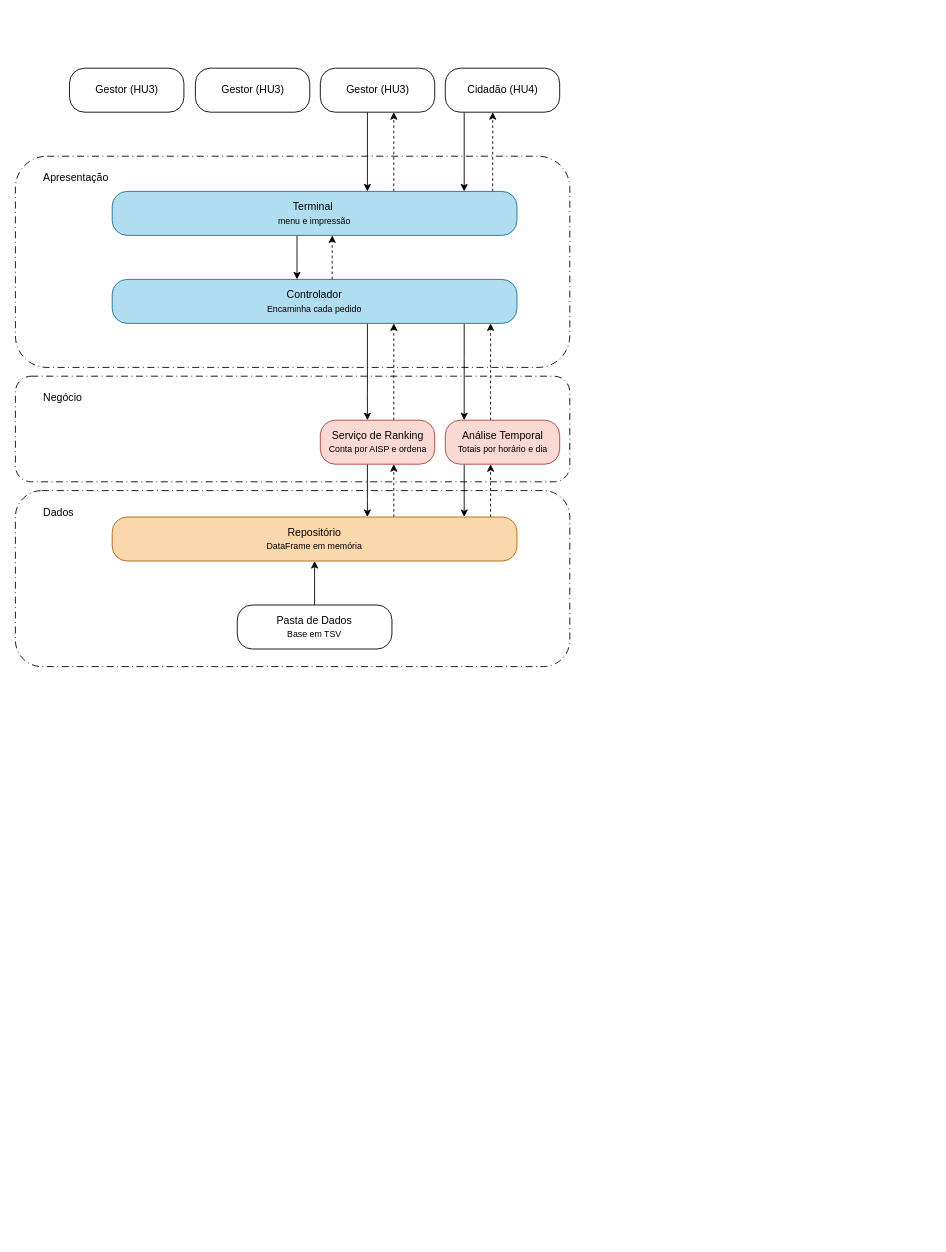
The draw.io diagram SPRINT 3/Diagrama do Sistema.drawio in Thiago-Malaga/Trabalho-Final-Eng.-Software, before the edit. Source tidied: cells renumbered, new cells numbered last; positions are measured from the earlier drawing's top-left corner, leaving out a move shared by most shapes. Both pictures are drawn from the tidied source at 88%, with x=0, y=0 at pixel (15, 68).
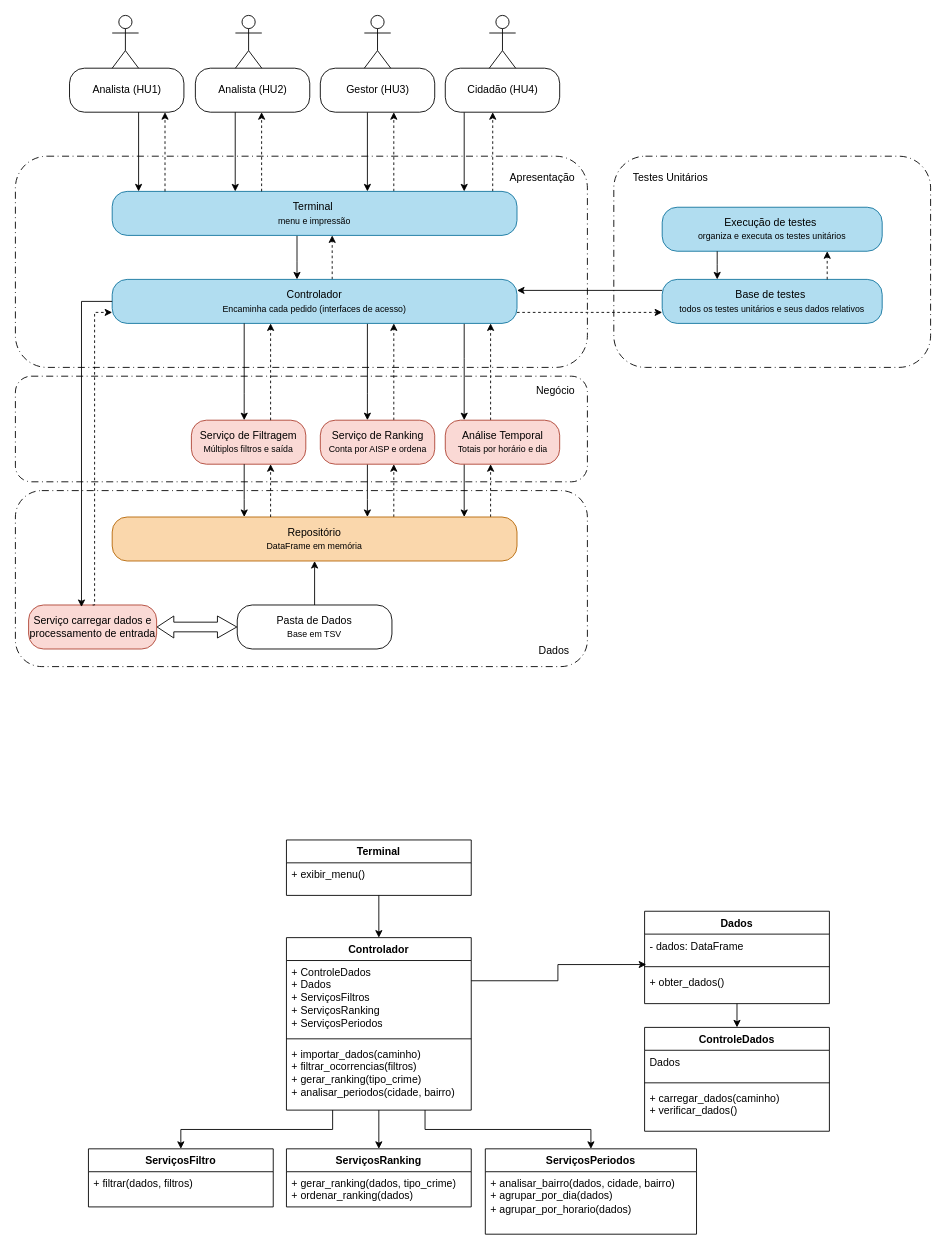
Above is the later version.

Unchanged cells that the change refers to:
```xml
<mxCell id="30" value="Pasta de Dados&lt;div&gt;&lt;font size=&quot;1&quot;&gt;Base em TSV&lt;/font&gt;&lt;/div&gt;" style="rounded=1;whiteSpace=wrap;html=1;roundedPerimeter=1;arcSize=34;" parent="1" vertex="1">
  <mxGeometry x="252.1" y="610" width="175.8" height="50" as="geometry" />
</mxCell>
```

What changed in the source:
```diff
@@
     <mxCell id="2" style="rounded=1;whiteSpace=wrap;html=1;roundedPerimeter=1;dashed=1;dashPattern=8 4 1 4;gradientColor=default;fillColor=none;strokeColor=light-dark(#000000,#555555);" parent="1" vertex="1">
-      <mxGeometry y="480" width="630" height="200" as="geometry" />
+      <mxGeometry y="480" width="650" height="200" as="geometry" />
     </mxCell>
     <mxCell id="3" style="rounded=1;whiteSpace=wrap;html=1;roundedPerimeter=1;dashed=1;dashPattern=8 4 1 4;gradientColor=default;fillColor=none;strokeColor=light-dark(#000000,#555555);" parent="1" vertex="1">
-      <mxGeometry y="350" width="630" height="120" as="geometry" />
+      <mxGeometry y="350" width="650" height="120" as="geometry" />
     </mxCell>
     <mxCell id="4" style="rounded=1;whiteSpace=wrap;html=1;roundedPerimeter=1;dashed=1;dashPattern=8 4 1 4;gradientColor=default;fillColor=none;strokeColor=light-dark(#000000,#555555);" parent="1" vertex="1">
-      <mxGeometry y="100" width="630" height="240" as="geometry" />
+      <mxGeometry y="100" width="650" height="240" as="geometry" />
     </mxCell>
@@
-    <mxCell id="16" value="Controlador&lt;div&gt;&lt;font size=&quot;1&quot;&gt;Encaminha cada pedido&lt;/font&gt;&lt;/div&gt;" style="rounded=1;whiteSpace=wrap;html=1;roundedPerimeter=1;arcSize=34;fillColor=#b1ddf0;strokeColor=#10739e;" parent="1" vertex="1">
+    <mxCell id="16" value="Controlador&lt;div&gt;&lt;font size=&quot;1&quot;&gt;Encaminha cada pedido (interfaces de acesso)&lt;/font&gt;&lt;/div&gt;" style="rounded=1;whiteSpace=wrap;html=1;roundedPerimeter=1;arcSize=34;fillColor=#b1ddf0;strokeColor=#10739e;" parent="1" vertex="1">
       <mxGeometry x="110" y="240" width="460" height="50" as="geometry" />
     </mxCell>
-    <mxCell id="17" value="Gestor (HU3)" style="rounded=1;whiteSpace=wrap;html=1;roundedPerimeter=1;arcSize=34;" parent="1" vertex="1">
+    <mxCell id="17" value="Analista (HU2)" style="rounded=1;whiteSpace=wrap;html=1;roundedPerimeter=1;arcSize=34;" parent="1" vertex="1">
       <mxGeometry x="204.5" width="130" height="50" as="geometry" />
     </mxCell>
-    <mxCell id="18" value="Gestor (HU3)" style="rounded=1;whiteSpace=wrap;html=1;roundedPerimeter=1;arcSize=34;" parent="1" vertex="1">
+    <mxCell id="18" value="Analista (HU1)" style="rounded=1;whiteSpace=wrap;html=1;roundedPerimeter=1;arcSize=34;" parent="1" vertex="1">
       <mxGeometry x="61.5" width="130" height="50" as="geometry" />
     </mxCell>
     <mxCell id="19" value="Apresentação" style="text;html=1;whiteSpace=wrap;strokeColor=none;fillColor=none;align=left;verticalAlign=middle;rounded=0;" parent="1" vertex="1">
-      <mxGeometry x="30" y="110" width="100" height="30" as="geometry" />
+      <mxGeometry x="560" y="110" width="100" height="30" as="geometry" />
     </mxCell>
@@
     <mxCell id="31" value="Dados" style="text;html=1;whiteSpace=wrap;strokeColor=none;fillColor=none;align=left;verticalAlign=middle;rounded=0;" parent="1" vertex="1">
-      <mxGeometry x="30" y="490" width="60" height="30" as="geometry" />
+      <mxGeometry x="593" y="647" width="60" height="30" as="geometry" />
     </mxCell>
     <mxCell id="32" value="Negócio" style="text;html=1;whiteSpace=wrap;strokeColor=none;fillColor=none;align=left;verticalAlign=middle;rounded=0;" parent="1" vertex="1">
-      <mxGeometry x="30" y="360" width="70" height="30" as="geometry" />
+      <mxGeometry x="590" y="352" width="70" height="30" as="geometry" />
     </mxCell>
+    <mxCell id="33" value="Serviço carregar dados e processamento de entrada" style="rounded=1;whiteSpace=wrap;html=1;roundedPerimeter=1;arcSize=34;fillColor=light-dark(#FAD9D5,#006633);strokeColor=#ae4132;" parent="1" vertex="1">
+      <mxGeometry x="15" y="610" width="145.5" height="50" as="geometry" />
+    </mxCell>
+    <mxCell id="34" style="edgeStyle=orthogonalEdgeStyle;rounded=0;orthogonalLoop=1;jettySize=auto;html=1;defaultLabelBackgroundColor=page;" parent="1" edge="1">
+      <mxGeometry relative="1" as="geometry">
+        <mxPoint x="140" y="50" as="sourcePoint" />
+        <mxPoint x="140" y="140" as="targetPoint" />
+        <Array as="points">
+          <mxPoint x="140" y="100" />
+          <mxPoint x="140" y="100" />
+        </Array>
+      </mxGeometry>
+    </mxCell>
+    <mxCell id="35" style="edgeStyle=orthogonalEdgeStyle;rounded=0;orthogonalLoop=1;jettySize=auto;html=1;defaultLabelBackgroundColor=page;dashed=1;" parent="1" edge="1">
+      <mxGeometry x="-0.14" relative="1" as="geometry">
+        <mxPoint x="170" y="140" as="sourcePoint" />
+        <mxPoint x="170" y="50" as="targetPoint" />
+        <Array as="points">
+          <mxPoint x="170" y="100" />
+          <mxPoint x="170" y="100" />
+        </Array>
+      </mxGeometry>
+    </mxCell>
+    <mxCell id="36" style="edgeStyle=orthogonalEdgeStyle;rounded=0;jettySize=auto;html=1;defaultLabelBackgroundColor=page;exitX=0;exitY=0.5;exitDx=0;exitDy=0;entryX=0.413;entryY=0.037;entryDx=0;entryDy=0;entryPerimeter=0;" parent="1" edge="1" source="16">
+      <mxGeometry relative="1" as="geometry">
+        <mxPoint x="75.1" y="612.3" as="targetPoint" />
+        <Array as="points">
+          <mxPoint x="75.1" y="265" />
+        </Array>
+      </mxGeometry>
+    </mxCell>
+    <mxCell id="37" style="edgeStyle=orthogonalEdgeStyle;rounded=0;jettySize=auto;html=1;defaultLabelBackgroundColor=page;dashed=1;exitX=0.5;exitY=0;exitDx=0;exitDy=0;entryX=0;entryY=0.75;entryDx=0;entryDy=0;" parent="1" edge="1" source="33" target="16">
+      <mxGeometry x="-0.14" relative="1" as="geometry">
+        <Array as="points">
+          <mxPoint x="90" y="610" />
+          <mxPoint x="90" y="277.5" />
+        </Array>
+      </mxGeometry>
+    </mxCell>
+    <mxCell id="38" style="shape=flexArrow;endArrow=classic;startArrow=classic;html=1;rounded=0;exitX=1;exitY=0.5;exitDx=0;exitDy=0;entryX=0;entryY=0.5;entryDx=0;entryDy=0;endSize=7;strokeWidth=1;startWidth=13;startSize=6;endWidth=13;width=11;" parent="1" edge="1" source="33" target="30">
+      <mxGeometry relative="1" as="geometry" />
+    </mxCell>
+    <mxCell id="39" value="Serviço de &lt;font&gt;Filtragem&lt;/font&gt;&lt;div&gt;&lt;font style=&quot;font-size: 10px;&quot;&gt;Múltiplos filtros e saída&lt;/font&gt;&lt;/div&gt;" style="rounded=1;whiteSpace=wrap;html=1;roundedPerimeter=1;arcSize=34;fillColor=#fad9d5;strokeColor=#ae4132;" parent="1" vertex="1">
+      <mxGeometry x="200" y="400" width="130" height="50" as="geometry" />
+    </mxCell>
+    <mxCell id="40" style="edgeStyle=orthogonalEdgeStyle;rounded=0;orthogonalLoop=1;jettySize=auto;html=1;defaultLabelBackgroundColor=page;" parent="1" edge="1">
+      <mxGeometry relative="1" as="geometry">
+        <mxPoint x="260" y="290" as="sourcePoint" />
+        <mxPoint x="260" y="400" as="targetPoint" />
+        <Array as="points">
+          <mxPoint x="260" y="370" />
+          <mxPoint x="260" y="370" />
+        </Array>
+      </mxGeometry>
+    </mxCell>
+    <mxCell id="41" style="edgeStyle=orthogonalEdgeStyle;rounded=0;orthogonalLoop=1;jettySize=auto;html=1;defaultLabelBackgroundColor=page;dashed=1;" parent="1" edge="1">
+      <mxGeometry relative="1" as="geometry">
+        <mxPoint x="290" y="400" as="sourcePoint" />
+        <mxPoint x="290" y="290" as="targetPoint" />
+        <Array as="points">
+          <mxPoint x="290" y="370" />
+          <mxPoint x="290" y="370" />
+        </Array>
+      </mxGeometry>
+    </mxCell>
+    <mxCell id="42" style="edgeStyle=orthogonalEdgeStyle;rounded=0;orthogonalLoop=1;jettySize=auto;html=1;defaultLabelBackgroundColor=page;" parent="1" edge="1">
+      <mxGeometry relative="1" as="geometry">
+        <mxPoint x="249.8" y="50" as="sourcePoint" />
+        <mxPoint x="249.8" y="140" as="targetPoint" />
+        <Array as="points">
+          <mxPoint x="249.8" y="100" />
+          <mxPoint x="249.8" y="100" />
+        </Array>
+      </mxGeometry>
+    </mxCell>
+    <mxCell id="43" style="edgeStyle=orthogonalEdgeStyle;rounded=0;orthogonalLoop=1;jettySize=auto;html=1;defaultLabelBackgroundColor=page;dashed=1;" parent="1" edge="1">
+      <mxGeometry x="-0.14" relative="1" as="geometry">
+        <mxPoint x="279.8" y="140" as="sourcePoint" />
+        <mxPoint x="279.8" y="50" as="targetPoint" />
+        <Array as="points">
+          <mxPoint x="279.8" y="100" />
+          <mxPoint x="279.8" y="100" />
+        </Array>
+      </mxGeometry>
+    </mxCell>
+    <mxCell id="44" style="shape=umlActor;verticalLabelPosition=bottom;verticalAlign=top;html=1;" parent="1" vertex="1">
+      <mxGeometry x="110" y="-60" width="30" height="60" as="geometry" />
+    </mxCell>
+    <mxCell id="45" style="shape=umlActor;verticalLabelPosition=bottom;verticalAlign=top;html=1;" parent="1" vertex="1">
+      <mxGeometry x="250" y="-60" width="30" height="60" as="geometry" />
+    </mxCell>
+    <mxCell id="46" style="shape=umlActor;verticalLabelPosition=bottom;verticalAlign=top;html=1;" parent="1" vertex="1">
+      <mxGeometry x="396.5" y="-60" width="30" height="60" as="geometry" />
+    </mxCell>
+    <mxCell id="47" style="shape=umlActor;verticalLabelPosition=bottom;verticalAlign=top;html=1;" parent="1" vertex="1">
+      <mxGeometry x="538.5" y="-60" width="30" height="60" as="geometry" />
+    </mxCell>
+    <mxCell id="48" style="rounded=1;whiteSpace=wrap;html=1;roundedPerimeter=1;dashed=1;dashPattern=8 4 1 4;gradientColor=default;fillColor=none;strokeColor=light-dark(#000000,#555555);" parent="1" vertex="1">
+      <mxGeometry x="680" y="100" width="360" height="240" as="geometry" />
+    </mxCell>
+    <mxCell id="49" value="Testes Unitários" style="text;html=1;whiteSpace=wrap;strokeColor=none;fillColor=none;align=left;verticalAlign=middle;rounded=0;" parent="1" vertex="1">
+      <mxGeometry x="700" y="110" width="110" height="30" as="geometry" />
+    </mxCell>
+    <mxCell id="50" style="edgeStyle=orthogonalEdgeStyle;rounded=0;jettySize=auto;html=1;exitX=0;exitY=0.25;exitDx=0;exitDy=0;entryX=1;entryY=0.25;entryDx=0;entryDy=0;" parent="1" edge="1" source="51" target="16">
+      <mxGeometry relative="1" as="geometry" />
+    </mxCell>
+    <mxCell id="51" value="Base de testes&amp;nbsp;&lt;div&gt;&lt;font size=&quot;1&quot;&gt;todos os testes unitários e seus dados relativos&lt;/font&gt;&lt;/div&gt;" style="rounded=1;whiteSpace=wrap;html=1;roundedPerimeter=1;arcSize=34;fillColor=light-dark(#B1DDF0,#B86F21);strokeColor=#10739e;" parent="1" vertex="1">
+      <mxGeometry x="735" y="240" width="250" height="50" as="geometry" />
+    </mxCell>
+    <mxCell id="52" style="edgeStyle=orthogonalEdgeStyle;rounded=0;jettySize=auto;html=1;entryX=0;entryY=0.75;entryDx=0;entryDy=0;defaultLabelBackgroundColor=page;dashed=1;exitX=1;exitY=0.75;exitDx=0;exitDy=0;" parent="1" edge="1" source="16" target="51">
+      <mxGeometry relative="1" as="geometry">
+        <Array as="points">
+          <mxPoint x="660.8" y="277.5" />
+          <mxPoint x="660.8" y="277.5" />
+        </Array>
+      </mxGeometry>
+    </mxCell>
+    <mxCell id="53" style="edgeStyle=orthogonalEdgeStyle;rounded=0;orthogonalLoop=1;jettySize=auto;html=1;defaultLabelBackgroundColor=page;" parent="1" edge="1">
+      <mxGeometry x="-0.09" relative="1" as="geometry">
+        <mxPoint x="260" y="450" as="sourcePoint" />
+        <mxPoint x="260" y="510" as="targetPoint" />
+        <Array as="points">
+          <mxPoint x="260" y="490" />
+          <mxPoint x="260" y="490" />
+        </Array>
+      </mxGeometry>
+    </mxCell>
+    <mxCell id="54" style="edgeStyle=orthogonalEdgeStyle;rounded=0;orthogonalLoop=1;jettySize=auto;html=1;defaultLabelBackgroundColor=page;dashed=1;" parent="1" edge="1">
+      <mxGeometry x="-0.06" relative="1" as="geometry">
+        <mxPoint x="290" y="510" as="sourcePoint" />
+        <mxPoint x="290" y="450" as="targetPoint" />
+        <Array as="points">
+          <mxPoint x="290" y="470" />
+          <mxPoint x="290" y="470" />
+        </Array>
+      </mxGeometry>
+    </mxCell>
+    <mxCell id="55" value="Execução de testes&amp;nbsp;&lt;div&gt;&lt;font size=&quot;1&quot;&gt;organiza e executa os testes unitários&lt;/font&gt;&lt;/div&gt;" style="rounded=1;whiteSpace=wrap;html=1;roundedPerimeter=1;arcSize=34;fillColor=light-dark(#B1DDF0,#B86F21);strokeColor=#10739e;" parent="1" vertex="1">
+      <mxGeometry x="735" y="158" width="250" height="50" as="geometry" />
+    </mxCell>
+    <mxCell id="56" style="edgeStyle=orthogonalEdgeStyle;rounded=0;jettySize=auto;html=1;defaultLabelBackgroundColor=page;exitX=0.25;exitY=1;exitDx=0;exitDy=0;entryX=0.25;entryY=0;entryDx=0;entryDy=0;" parent="1" edge="1" source="55" target="51">
+      <mxGeometry relative="1" as="geometry">
+        <Array as="points">
+          <mxPoint x="797.5" y="223.3" />
+          <mxPoint x="797.5" y="223.3" />
+        </Array>
+      </mxGeometry>
+    </mxCell>
+    <mxCell id="57" style="edgeStyle=orthogonalEdgeStyle;rounded=0;jettySize=auto;html=1;defaultLabelBackgroundColor=page;dashed=1;entryX=0.75;entryY=1;entryDx=0;entryDy=0;exitX=0.75;exitY=0;exitDx=0;exitDy=0;" parent="1" edge="1" source="51" target="55">
+      <mxGeometry relative="1" as="geometry">
+        <Array as="points">
+          <mxPoint x="922.5" y="222.1" />
+          <mxPoint x="922.5" y="222.1" />
+        </Array>
+      </mxGeometry>
+    </mxCell>
+    <mxCell id="58" style="edgeStyle=orthogonalEdgeStyle;rounded=0;jettySize=auto;html=1;entryX=0.5;entryY=0;entryDx=0;entryDy=0;" parent="1" edge="1" source="59" target="64">
+      <mxGeometry relative="1" as="geometry" />
+    </mxCell>
+    <mxCell id="59" value="Terminal" style="swimlane;fontStyle=1;align=center;verticalAlign=top;horizontal=1;startSize=26;whiteSpace=wrap;html=1;" parent="1" vertex="1">
+      <mxGeometry x="308" y="877" width="210" height="63" as="geometry" />
+    </mxCell>
+    <mxCell id="60" value="+ exibir_menu()" style="text;strokeColor=none;fillColor=none;align=left;verticalAlign=top;spacingLeft=4;spacingRight=4;overflow=hidden;whiteSpace=wrap;html=1;" parent="59" vertex="1">
+      <mxGeometry y="26" width="210" height="37" as="geometry" />
+    </mxCell>
+    <mxCell id="61" style="edgeStyle=orthogonalEdgeStyle;rounded=0;jettySize=auto;html=1;exitX=0.25;exitY=1;exitDx=0;exitDy=0;" parent="1" edge="1" source="64" target="68">
+      <mxGeometry relative="1" as="geometry" />
+    </mxCell>
+    <mxCell id="62" style="edgeStyle=orthogonalEdgeStyle;rounded=0;jettySize=auto;html=1;exitX=0.5;exitY=1;exitDx=0;exitDy=0;entryX=0.5;entryY=0;entryDx=0;entryDy=0;" parent="1" edge="1" source="64" target="70">
+      <mxGeometry relative="1" as="geometry" />
+    </mxCell>
+    <mxCell id="63" style="edgeStyle=orthogonalEdgeStyle;rounded=0;jettySize=auto;html=1;exitX=0.75;exitY=1;exitDx=0;exitDy=0;" parent="1" edge="1" source="64" target="72">
+      <mxGeometry relative="1" as="geometry" />
+    </mxCell>
+    <mxCell id="64" value="Controlador" style="swimlane;fontStyle=1;align=center;verticalAlign=top;horizontal=1;startSize=26;whiteSpace=wrap;html=1;" parent="1" vertex="1">
+      <mxGeometry x="308" y="988" width="210" height="196" as="geometry" />
+    </mxCell>
+    <mxCell id="65" value="+ ControleDados&lt;div&gt;+ Dados&lt;br&gt;+ ServiçosFiltros&lt;div&gt;+ ServiçosRanking&lt;/div&gt;&lt;div&gt;+ ServiçosPeriodos&lt;/div&gt;&lt;/div&gt;" style="text;strokeColor=none;fillColor=none;align=left;verticalAlign=top;spacingLeft=4;spacingRight=4;overflow=hidden;whiteSpace=wrap;html=1;" parent="64" vertex="1">
+      <mxGeometry y="26" width="210" height="85" as="geometry" />
+    </mxCell>
+    <mxCell id="66" style="line;strokeWidth=1;fillColor=none;align=left;verticalAlign=middle;spacingTop=-1;spacingLeft=3;spacingRight=3;labelPosition=right;strokeColor=inherit;" parent="64" vertex="1">
+      <mxGeometry y="111" width="210" height="8" as="geometry" />
+    </mxCell>
+    <mxCell id="67" value="+ importar_dados(caminho)&lt;br&gt;+ filtrar_ocorrencias(filtros)&lt;br&gt;+ gerar_ranking(tipo_crime)&lt;br&gt;+ analisar_periodos(cidade, bairro)" style="text;strokeColor=none;fillColor=none;align=left;verticalAlign=top;spacingLeft=4;spacingRight=4;overflow=hidden;whiteSpace=wrap;html=1;" parent="64" vertex="1">
+      <mxGeometry y="119" width="210" height="77" as="geometry" />
+    </mxCell>
+    <mxCell id="68" value="ServiçosFiltro" style="swimlane;fontStyle=1;align=center;verticalAlign=top;horizontal=1;startSize=26;whiteSpace=wrap;html=1;" parent="1" vertex="1">
+      <mxGeometry x="83" y="1228" width="210" height="66" as="geometry" />
+    </mxCell>
+    <mxCell id="69" value="+ filtrar(dados, filtros)" style="text;strokeColor=none;fillColor=none;align=left;verticalAlign=top;spacingLeft=4;spacingRight=4;overflow=hidden;whiteSpace=wrap;html=1;" parent="68" vertex="1">
+      <mxGeometry y="26" width="210" height="40" as="geometry" />
+    </mxCell>
+    <mxCell id="70" value="ServiçosRanking" style="swimlane;fontStyle=1;align=center;verticalAlign=top;horizontal=1;startSize=26;whiteSpace=wrap;html=1;" parent="1" vertex="1">
+      <mxGeometry x="308" y="1228" width="210" height="66" as="geometry" />
+    </mxCell>
+    <mxCell id="71" value="+ gerar_ranking(dados, tipo_crime)&lt;div&gt;+ ordenar_ranking(dados)&lt;/div&gt;" style="text;strokeColor=none;fillColor=none;align=left;verticalAlign=top;spacingLeft=4;spacingRight=4;overflow=hidden;whiteSpace=wrap;html=1;" parent="70" vertex="1">
+      <mxGeometry y="26" width="210" height="40" as="geometry" />
+    </mxCell>
+    <mxCell id="72" value="ServiçosPeriodos" style="swimlane;fontStyle=1;align=center;verticalAlign=top;horizontal=1;startSize=26;whiteSpace=wrap;html=1;" parent="1" vertex="1">
+      <mxGeometry x="534" y="1228" width="240" height="97" as="geometry" />
+    </mxCell>
+    <mxCell id="73" value="+ analisar_bairro(dados, cidade, bairro)&lt;div&gt;+ agrupar_por_dia(dados)&lt;/div&gt;&lt;div&gt;+ agrupar_por_horario(dados)&lt;/div&gt;" style="text;strokeColor=none;fillColor=none;align=left;verticalAlign=top;spacingLeft=4;spacingRight=4;overflow=hidden;whiteSpace=wrap;html=1;" parent="72" vertex="1">
+      <mxGeometry y="26" width="240" height="71" as="geometry" />
+    </mxCell>
+    <mxCell id="74" style="edgeStyle=orthogonalEdgeStyle;rounded=0;jettySize=auto;html=1;exitX=0.5;exitY=1;exitDx=0;exitDy=0;entryX=0.5;entryY=0;entryDx=0;entryDy=0;" parent="1" edge="1" source="75" target="79">
+      <mxGeometry relative="1" as="geometry" />
+    </mxCell>
+    <mxCell id="75" value="Dados" style="swimlane;fontStyle=1;align=center;verticalAlign=top;horizontal=1;startSize=26;whiteSpace=wrap;html=1;" parent="1" vertex="1">
+      <mxGeometry x="715" y="958" width="210" height="105" as="geometry" />
+    </mxCell>
+    <mxCell id="76" value="- dados: DataFrame" style="text;strokeColor=none;fillColor=none;align=left;verticalAlign=top;spacingLeft=4;spacingRight=4;overflow=hidden;whiteSpace=wrap;html=1;" parent="75" vertex="1">
+      <mxGeometry y="26" width="210" height="33" as="geometry" />
+    </mxCell>
+    <mxCell id="77" style="line;strokeWidth=1;fillColor=none;align=left;verticalAlign=middle;spacingTop=-1;spacingLeft=3;spacingRight=3;labelPosition=right;points=[];portConstraint=eastwest;strokeColor=inherit;" parent="75" vertex="1">
+      <mxGeometry y="59" width="210" height="8" as="geometry" />
+    </mxCell>
+    <mxCell id="78" value="+ obter_dados()" style="text;strokeColor=none;fillColor=none;align=left;verticalAlign=top;spacingLeft=4;spacingRight=4;overflow=hidden;whiteSpace=wrap;html=1;" parent="75" vertex="1">
+      <mxGeometry y="67" width="210" height="38" as="geometry" />
+    </mxCell>
+    <mxCell id="79" value="ControleDados" style="swimlane;fontStyle=1;align=center;verticalAlign=top;horizontal=1;startSize=26;whiteSpace=wrap;html=1;" parent="1" vertex="1">
+      <mxGeometry x="715" y="1090" width="210" height="118" as="geometry" />
+    </mxCell>
+    <mxCell id="80" value="Dados" style="text;strokeColor=none;fillColor=none;align=left;verticalAlign=top;spacingLeft=4;spacingRight=4;overflow=hidden;whiteSpace=wrap;html=1;" parent="79" vertex="1">
+      <mxGeometry y="26" width="210" height="33" as="geometry" />
+    </mxCell>
+    <mxCell id="81" style="line;strokeWidth=1;fillColor=none;align=left;verticalAlign=middle;spacingTop=-1;spacingLeft=3;spacingRight=3;labelPosition=right;strokeColor=inherit;" parent="79" vertex="1">
+      <mxGeometry y="59" width="210" height="8" as="geometry" />
+    </mxCell>
+    <mxCell id="82" value="+ carregar_dados(caminho)&lt;div&gt;+ verificar_dados()&lt;/div&gt;&lt;div&gt;&lt;br&gt;&lt;/div&gt;" style="text;strokeColor=none;fillColor=none;align=left;verticalAlign=top;spacingLeft=4;spacingRight=4;overflow=hidden;whiteSpace=wrap;html=1;" parent="79" vertex="1">
+      <mxGeometry y="67" width="210" height="51" as="geometry" />
+    </mxCell>
+    <mxCell id="83" style="edgeStyle=orthogonalEdgeStyle;rounded=0;jettySize=auto;html=1;exitX=1;exitY=0.25;exitDx=0;exitDy=0;entryX=0.009;entryY=0.194;entryDx=0;entryDy=0;entryPerimeter=0;" parent="1" edge="1" source="64" target="77">
+      <mxGeometry relative="1" as="geometry" />
+    </mxCell>
```
